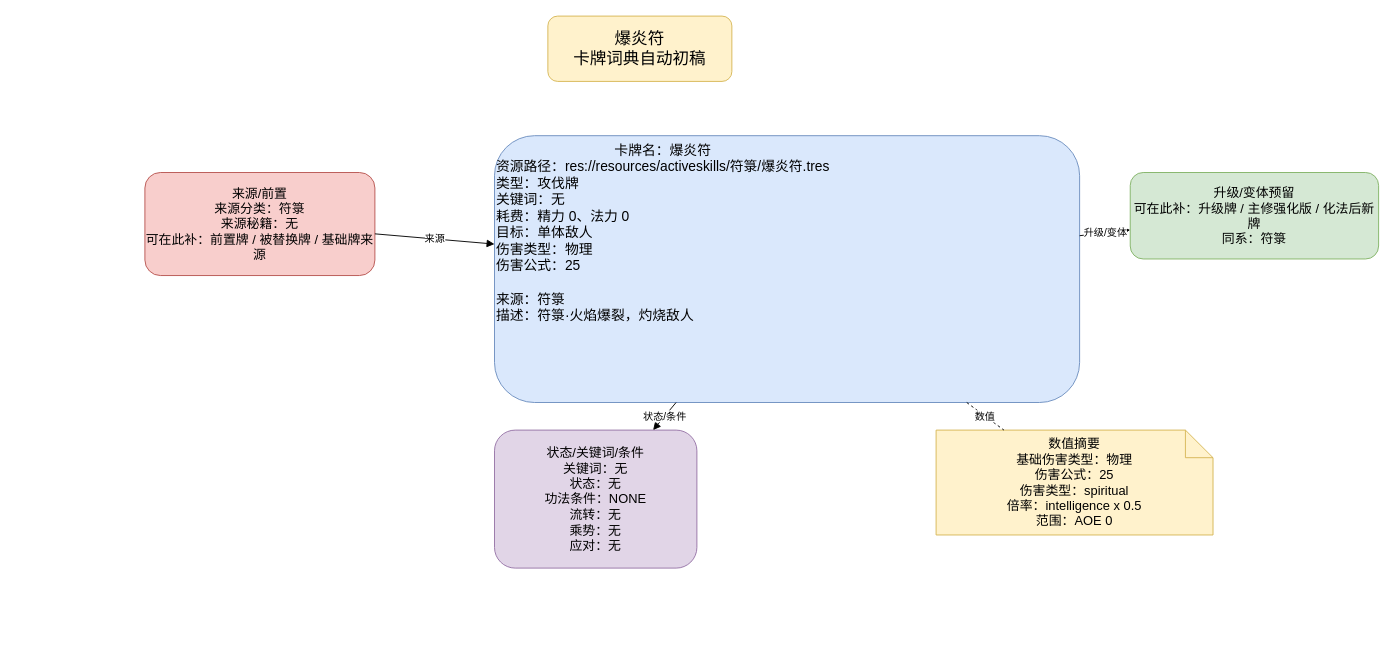
This is page "爆炎符" (1 of 2) of docs/卡牌词典/符箓/爆炎符.drawio from ankundanetracyc-spec/tian-guan-you-du, a draw.io file, before an edit. Source tidied: cells renumbered, new cells numbered last; positions are measured from the earlier drawing's top-left corner, leaving out a move shared by most shapes. Both pictures are drawn from the tidied source at 92%, with x=0, y=0 at pixel (144, 16).
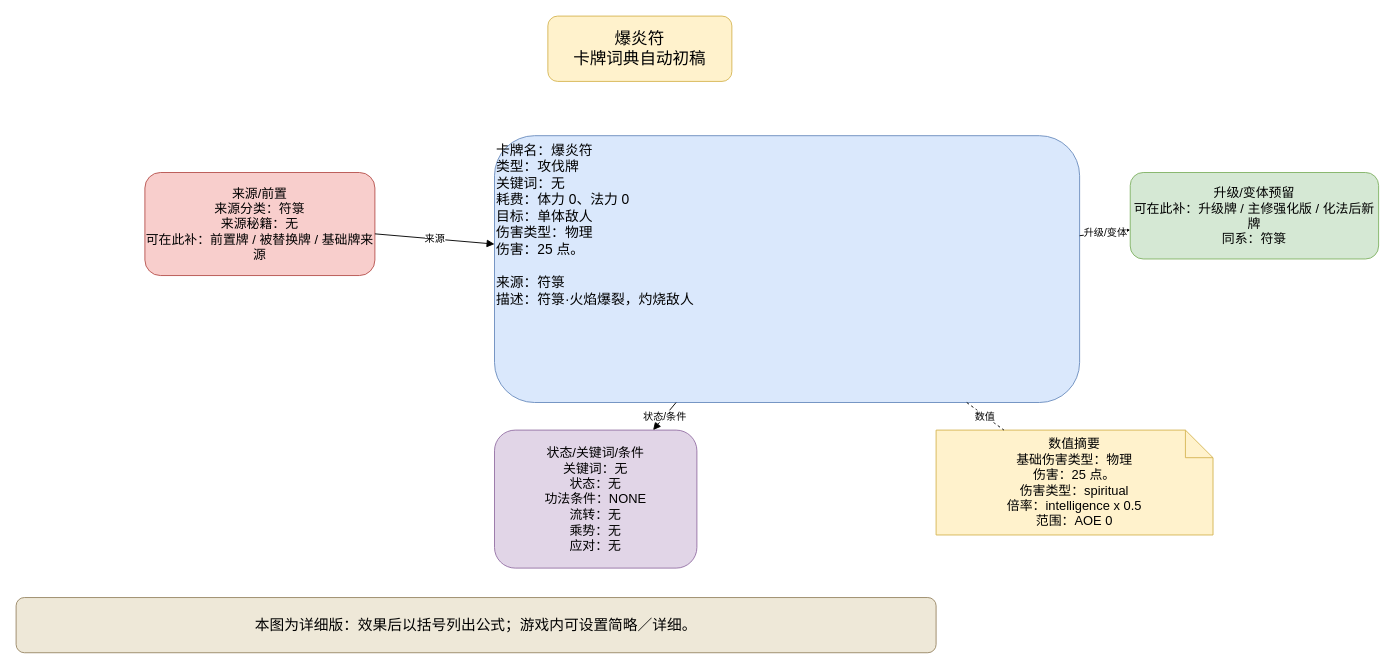
The same diagram, later.

Diff of the diagram source:
```diff
@@
 <mxGraphModel>
   <root>
     <mxCell id="0" />
     <mxCell id="1" parent="0" />
     <mxCell id="2" value="爆炎符&#10;卡牌词典自动初稿" style="rounded=1;whiteSpace=wrap;html=1;fillColor=#fff2cc;strokeColor=#d6b656;fontSize=18;" parent="1" vertex="1">
       <mxGeometry x="438" width="200" height="71" as="geometry" />
     </mxCell>
-    <mxCell id="3" value="&lt;div style=&quot;text-align:center;&quot;&gt;卡牌名：爆炎符&lt;/div&gt;&lt;div style=&quot;text-align:left;&quot;&gt;资源路径：res://resources/activeskills/符箓/爆炎符.tres&lt;br&gt;类型：攻伐牌&lt;br&gt;关键词：无&lt;br&gt;耗费：精力 0、法力 0&lt;br&gt;目标：单体敌人&lt;br&gt;伤害类型：物理&lt;br&gt;伤害公式：25&lt;/div&gt;&lt;br&gt;来源：符箓&lt;br&gt;描述：符箓·火焰爆裂，灼烧敌人" style="rounded=1;whiteSpace=wrap;html=1;fillColor=#dae8fc;strokeColor=#6c8ebf;fontSize=15;align=left;verticalAlign=top;" parent="1" vertex="1">
+    <mxCell id="3" value="卡牌名：爆炎符&#10;类型：攻伐牌&#10;关键词：无&#10;耗费：体力 0、法力 0&#10;目标：单体敌人&#10;伤害类型：物理&#10;伤害：25 点。&#10;&#10;来源：符箓&#10;描述：符箓·火焰爆裂，灼烧敌人" style="rounded=1;whiteSpace=wrap;html=1;fillColor=#dae8fc;strokeColor=#6c8ebf;fontSize=15;align=left;verticalAlign=top;" parent="1" vertex="1">
       <mxGeometry x="380" y="130" width="636" height="290" as="geometry" />
     </mxCell>
     <mxCell id="4" value="来源/前置&#10;来源分类：符箓&#10;来源秘籍：无&#10;可在此补：前置牌 / 被替换牌 / 基础牌来源" style="rounded=1;whiteSpace=wrap;html=1;fillColor=#f8cecc;strokeColor=#b85450;fontSize=14;" parent="1" vertex="1">
       <mxGeometry y="170" width="250" height="112" as="geometry" />
     </mxCell>
     <mxCell id="5" value="升级/变体预留&#10;可在此补：升级牌 / 主修强化版 / 化法后新牌&#10;同系：符箓" style="rounded=1;whiteSpace=wrap;html=1;fillColor=#d5e8d4;strokeColor=#82b366;fontSize=14;" parent="1" vertex="1">
       <mxGeometry x="1071" y="170" width="270" height="94" as="geometry" />
     </mxCell>
     <mxCell id="6" value="状态/关键词/条件&#10;关键词：无&#10;状态：无&#10;功法条件：NONE&#10;流转：无&#10;乘势：无&#10;应对：无" style="rounded=1;whiteSpace=wrap;html=1;fillColor=#e1d5e7;strokeColor=#9673a6;fontSize=14;" parent="1" vertex="1">
       <mxGeometry x="380" y="450" width="220" height="150" as="geometry" />
     </mxCell>
-    <mxCell id="7" value="数值摘要&lt;br&gt;基础伤害类型：物理&lt;br&gt;伤害公式：25&lt;br&gt;伤害类型：spiritual&lt;br&gt;倍率：intelligence x 0.5&lt;br&gt;范围：AOE 0" style="shape=note;whiteSpace=wrap;html=1;fillColor=#fff2cc;strokeColor=#d6b656;fontSize=14;" parent="1" vertex="1">
+    <mxCell id="7" value="数值摘要&lt;br&gt;基础伤害类型：物理&lt;br&gt;伤害：25 点。&lt;br&gt;伤害类型：spiritual&lt;br&gt;倍率：intelligence x 0.5&lt;br&gt;范围：AOE 0" style="shape=note;whiteSpace=wrap;html=1;fillColor=#fff2cc;strokeColor=#d6b656;fontSize=14;" parent="1" vertex="1">
       <mxGeometry x="860" y="450" width="301" height="114" as="geometry" />
     </mxCell>
     <mxCell id="8" value="来源" style="endArrow=block;html=1;rounded=0;" parent="1" edge="1" source="4" target="3">
       <mxGeometry relative="1" as="geometry" />
     </mxCell>
     <mxCell id="9" value="升级/变体" style="endArrow=block;html=1;rounded=0;" parent="1" edge="1" source="3" target="5">
       <mxGeometry relative="1" as="geometry" />
     </mxCell>
     <mxCell id="10" value="状态/条件" style="endArrow=block;html=1;rounded=0;" parent="1" edge="1" source="3" target="6">
       <mxGeometry relative="1" as="geometry" />
     </mxCell>
     <mxCell id="11" value="数值" style="endArrow=none;dashed=1;html=1;" parent="1" edge="1" source="3" target="7">
       <mxGeometry relative="1" as="geometry" />
     </mxCell>
+    <mxCell id="12" value="本图为详细版：效果后以括号列出公式；游戏内可设置简略／详细。" style="rounded=1;whiteSpace=wrap;html=1;fillColor=#eee8d8;strokeColor=#9a8967;fontSize=16;" parent="1" vertex="1">
+      <mxGeometry x="-140" y="632" width="1000" height="60" as="geometry" />
+    </mxCell>
   </root>
 </mxGraphModel>
```
